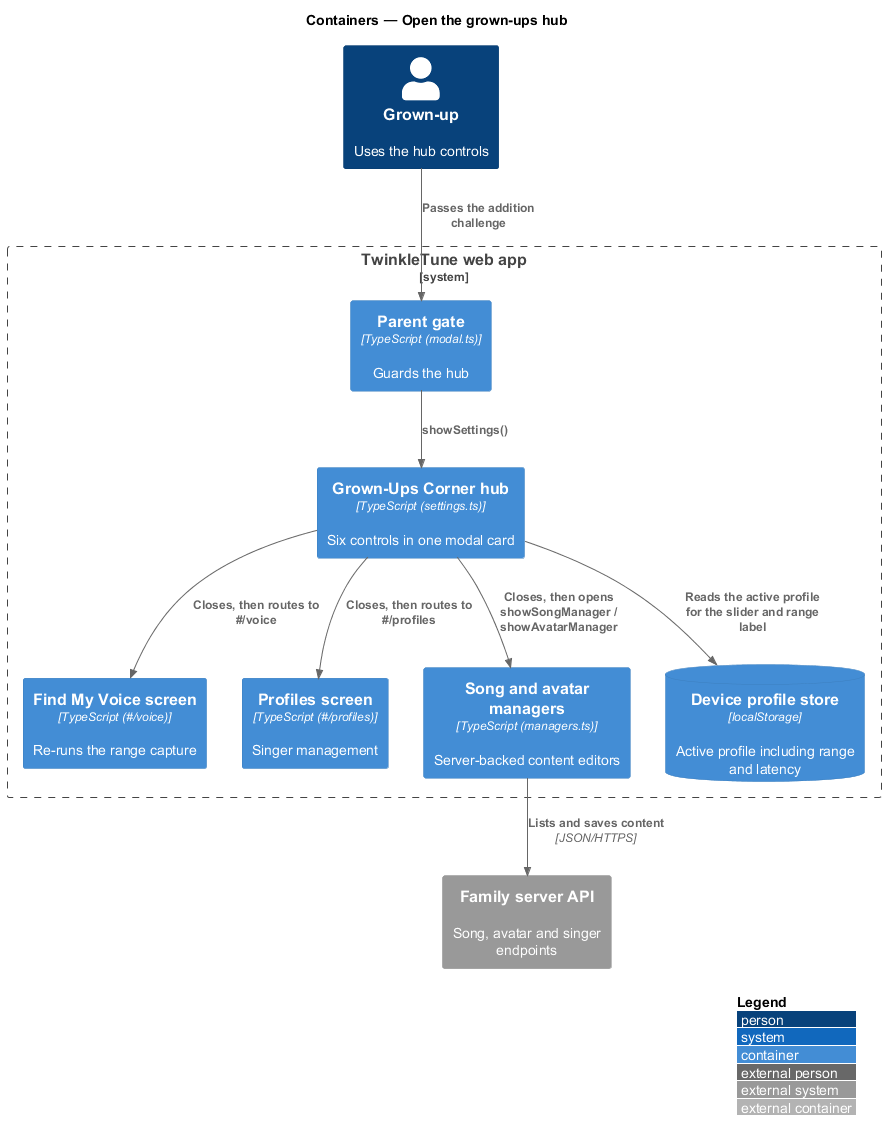
Above: docs/detailed-designs/grown-ups-corner/open-the-grown-ups-hub/diagrams/c4-container.png in QuinntyneBrown/TwinkleTune (PlantUML), before the change.
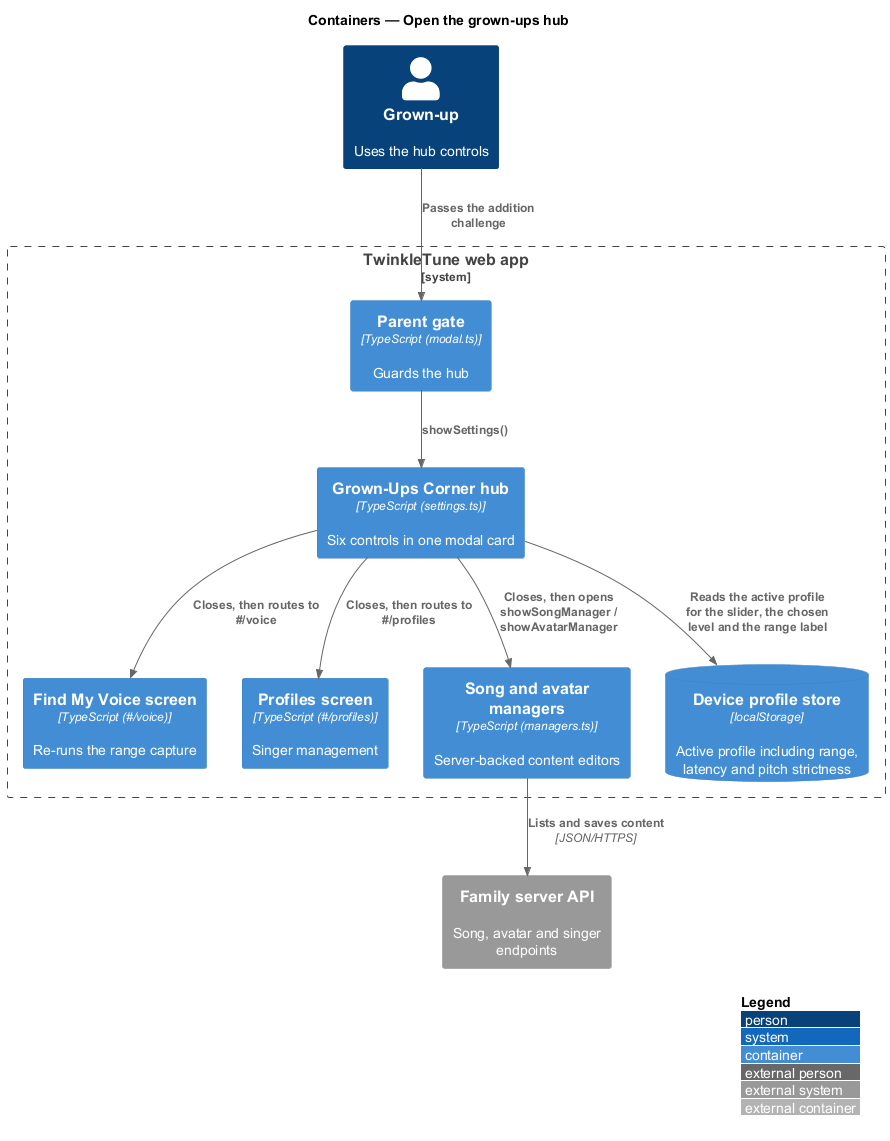
The same file after the commit.

Change to the diagram source:
```diff
@@ -10,13 +10,13 @@
   Container(voice, "Find My Voice screen", "TypeScript (#/voice)", "Re-runs the range capture")
   Container(profiles, "Profiles screen", "TypeScript (#/profiles)", "Singer management")
   Container(managers, "Song and avatar managers", "TypeScript (managers.ts)", "Server-backed content editors")
-  ContainerDb(local, "Device profile store", "localStorage", "Active profile including range and latency")
+  ContainerDb(local, "Device profile store", "localStorage", "Active profile including range, latency and pitch strictness")
 }
 System_Ext(api, "Family server API", "Song, avatar and singer endpoints")
 
 Rel(grownup, gate, "Passes the addition challenge")
 Rel(gate, hub, "showSettings()")
-Rel(hub, local, "Reads the active profile for the slider and range label")
+Rel(hub, local, "Reads the active profile for the slider, the chosen level and the range label")
 Rel(hub, voice, "Closes, then routes to #/voice")
 Rel(hub, profiles, "Closes, then routes to #/profiles")
 Rel(hub, managers, "Closes, then opens showSongManager / showAvatarManager")
```
